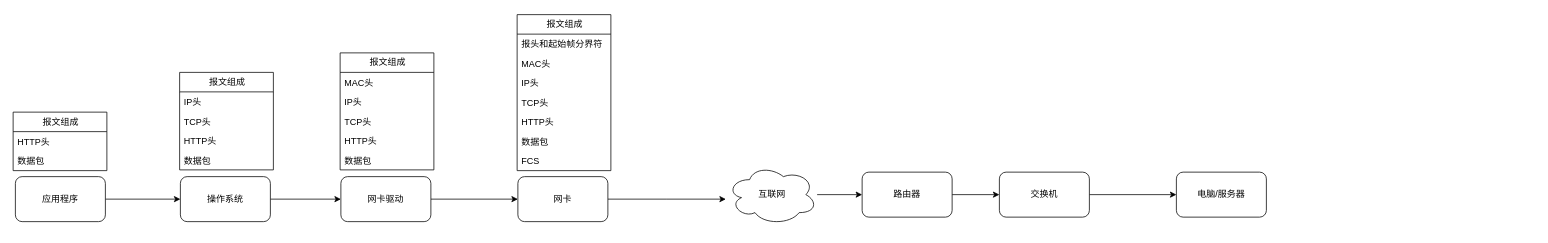
Before: 数据包传输过程.drawio in SmileLnight/draw.io, a draw.io diagram. Source tidied: cells renumbered, new cells numbered last; positions are measured from the earlier drawing's top-left corner, leaving out a move shared by most shapes. Both pictures are drawn from the tidied source at 75%, with x=0, y=0 at pixel (13, 14).
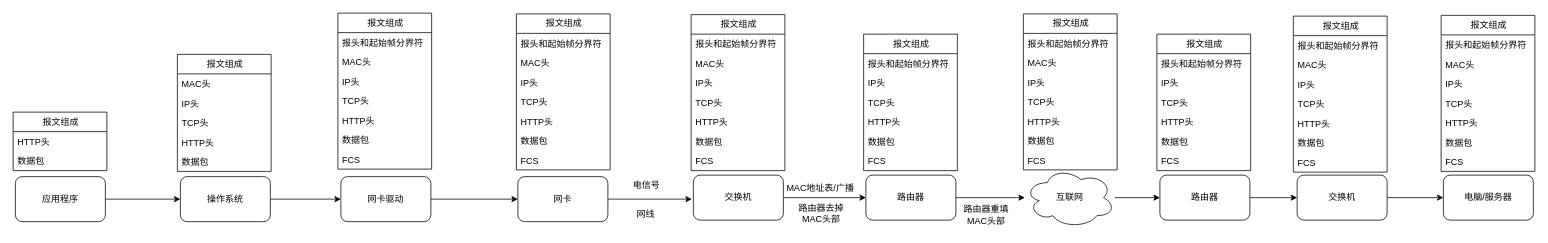
After the change.

Commit message:
更新数据包传输过程.drawio

Unchanged cells that the change refers to:
```xml
<mxCell id="16" value="网卡" style="rounded=1;whiteSpace=wrap;html=1;" parent="1" vertex="1">
  <mxGeometry x="673" y="216" width="120" height="60" as="geometry" />
</mxCell>
```

The edit, as a diff of the source:
```diff
@@
     <mxCell id="9" value="互联网" style="ellipse;shape=cloud;whiteSpace=wrap;html=1;" parent="1" vertex="1">
-      <mxGeometry x="952" y="200" width="120" height="80" as="geometry" />
+      <mxGeometry x="1349" y="204" width="120" height="80" as="geometry" />
     </mxCell>
@@
     <mxCell id="11" value="路由器" style="rounded=1;whiteSpace=wrap;html=1;" parent="1" vertex="1">
-      <mxGeometry x="1132" y="210" width="120" height="60" as="geometry" />
+      <mxGeometry x="1529" y="214" width="120" height="60" as="geometry" />
     </mxCell>
@@
     <mxCell id="13" value="交换机" style="rounded=1;whiteSpace=wrap;html=1;" parent="1" vertex="1">
-      <mxGeometry x="1315" y="210" width="120" height="60" as="geometry" />
+      <mxGeometry x="1712" y="214" width="120" height="60" as="geometry" />
     </mxCell>
     <mxCell id="14" value="电脑/服务器" style="rounded=1;whiteSpace=wrap;html=1;" parent="1" vertex="1">
-      <mxGeometry x="1551" y="210" width="120" height="60" as="geometry" />
+      <mxGeometry x="1907" y="214" width="120" height="60" as="geometry" />
     </mxCell>
     <mxCell id="15" style="edgeStyle=orthogonalEdgeStyle;rounded=0;jettySize=auto;html=1;exitX=1;exitY=0.5;exitDx=0;exitDy=0;fontFamily=Helvetica;fontSize=12;fontColor=default;fontStyle=0;" parent="1" edge="1" source="16">
       <mxGeometry relative="1" as="geometry">
-        <mxPoint x="950.3" y="246" as="targetPoint" />
+        <mxPoint x="905" y="246" as="targetPoint" />
       </mxGeometry>
     </mxCell>
@@
-    <mxCell id="20" value="报文组成" style="swimlane;fontStyle=0;horizontal=1;startSize=26;fillColor=none;html=1;align=center;flipH=1;flipV=0;direction=east;rotation=0;" parent="1" vertex="1">
-      <mxGeometry x="222" y="77" width="125" height="130" as="geometry" />
-    </mxCell>
-    <mxCell id="21" value="IP头" style="text;strokeColor=none;fillColor=none;align=left;verticalAlign=top;spacingLeft=4;spacingRight=4;overflow=hidden;whiteSpace=wrap;html=1;rotation=0;" parent="20" vertex="1">
-      <mxGeometry y="26" width="125" height="26" as="geometry" />
-    </mxCell>
-    <mxCell id="22" value="TCP头" style="text;strokeColor=none;fillColor=none;align=left;verticalAlign=top;spacingLeft=4;spacingRight=4;overflow=hidden;whiteSpace=wrap;html=1;rotation=0;" parent="20" vertex="1">
-      <mxGeometry y="52" width="125" height="26" as="geometry" />
-    </mxCell>
-    <mxCell id="23" value="HTTP头" style="text;strokeColor=none;fillColor=none;align=left;verticalAlign=top;spacingLeft=4;spacingRight=4;overflow=hidden;whiteSpace=wrap;html=1;rotation=0;" parent="20" vertex="1">
-      <mxGeometry y="78" width="125" height="26" as="geometry" />
-    </mxCell>
-    <mxCell id="24" value="数据包" style="text;strokeColor=none;fillColor=none;align=left;verticalAlign=top;spacingLeft=4;spacingRight=4;overflow=hidden;whiteSpace=wrap;html=1;rotation=0;" parent="20" vertex="1">
-      <mxGeometry y="104" width="125" height="26" as="geometry" />
-    </mxCell>
     <mxCell id="25" value="报文组成" style="swimlane;fontStyle=0;horizontal=1;startSize=26;fillColor=none;html=1;align=center;flipH=1;flipV=0;direction=east;rotation=0;" parent="1" vertex="1">
-      <mxGeometry x="436" y="51" width="125" height="156" as="geometry" />
+      <mxGeometry x="219" y="53" width="125" height="156" as="geometry" />
     </mxCell>
@@
     <mxCell id="31" value="报文组成" style="swimlane;fontStyle=0;horizontal=1;startSize=26;fillColor=none;html=1;align=center;flipH=1;flipV=0;direction=east;rotation=0;" parent="1" vertex="1">
-      <mxGeometry x="672" width="125" height="208" as="geometry" />
+      <mxGeometry x="433" y="-2" width="125" height="208" as="geometry" />
     </mxCell>
@@
+    <mxCell id="39" style="edgeStyle=orthogonalEdgeStyle;rounded=0;jettySize=auto;html=1;exitX=1;exitY=0.5;exitDx=0;exitDy=0;" parent="1" edge="1" source="40" target="9">
+      <mxGeometry relative="1" as="geometry" />
+    </mxCell>
+    <mxCell id="40" value="路由器" style="rounded=1;whiteSpace=wrap;html=1;" parent="1" vertex="1">
+      <mxGeometry x="1137" y="214" width="120" height="60" as="geometry" />
+    </mxCell>
+    <mxCell id="41" style="edgeStyle=orthogonalEdgeStyle;rounded=0;jettySize=auto;html=1;entryX=0;entryY=0.5;entryDx=0;entryDy=0;" parent="1" edge="1" source="42" target="40">
+      <mxGeometry relative="1" as="geometry" />
+    </mxCell>
+    <mxCell id="42" value="交换机" style="rounded=1;whiteSpace=wrap;html=1;" parent="1" vertex="1">
+      <mxGeometry x="907" y="214" width="120" height="60" as="geometry" />
+    </mxCell>
+    <mxCell id="43" value="电信号" style="text;html=1;align=center;verticalAlign=middle;strokeColor=none;fillColor=none;" parent="1" vertex="1">
+      <mxGeometry x="817" y="214" width="54" height="26" as="geometry" />
+    </mxCell>
+    <mxCell id="44" value="网线" style="text;html=1;align=center;verticalAlign=middle;strokeColor=none;fillColor=none;" parent="1" vertex="1">
+      <mxGeometry x="822" y="253" width="42" height="26" as="geometry" />
+    </mxCell>
+    <mxCell id="45" value="报文组成" style="swimlane;fontStyle=0;horizontal=1;startSize=26;fillColor=none;html=1;align=center;flipH=1;flipV=0;direction=east;rotation=0;" parent="1" vertex="1">
+      <mxGeometry x="671" y="-1" width="125" height="208" as="geometry" />
+    </mxCell>
+    <mxCell id="46" value="报头和起始帧分界符" style="text;strokeColor=none;fillColor=none;align=left;verticalAlign=top;spacingLeft=4;spacingRight=4;overflow=hidden;whiteSpace=wrap;html=1;rotation=0;" parent="45" vertex="1">
+      <mxGeometry y="26" width="125" height="26" as="geometry" />
+    </mxCell>
+    <mxCell id="47" value="MAC头" style="text;strokeColor=none;fillColor=none;align=left;verticalAlign=top;spacingLeft=4;spacingRight=4;overflow=hidden;whiteSpace=wrap;html=1;rotation=0;" parent="45" vertex="1">
+      <mxGeometry y="52" width="125" height="26" as="geometry" />
+    </mxCell>
+    <mxCell id="48" value="IP头" style="text;strokeColor=none;fillColor=none;align=left;verticalAlign=top;spacingLeft=4;spacingRight=4;overflow=hidden;whiteSpace=wrap;html=1;rotation=0;" parent="45" vertex="1">
+      <mxGeometry y="78" width="125" height="26" as="geometry" />
+    </mxCell>
+    <mxCell id="49" value="TCP头" style="text;strokeColor=none;fillColor=none;align=left;verticalAlign=top;spacingLeft=4;spacingRight=4;overflow=hidden;whiteSpace=wrap;html=1;rotation=0;" parent="45" vertex="1">
+      <mxGeometry y="104" width="125" height="26" as="geometry" />
+    </mxCell>
+    <mxCell id="50" value="HTTP头" style="text;strokeColor=none;fillColor=none;align=left;verticalAlign=top;spacingLeft=4;spacingRight=4;overflow=hidden;whiteSpace=wrap;html=1;rotation=0;" parent="45" vertex="1">
+      <mxGeometry y="130" width="125" height="26" as="geometry" />
+    </mxCell>
+    <mxCell id="51" value="数据包" style="text;strokeColor=none;fillColor=none;align=left;verticalAlign=top;spacingLeft=4;spacingRight=4;overflow=hidden;whiteSpace=wrap;html=1;rotation=0;" parent="45" vertex="1">
+      <mxGeometry y="156" width="125" height="26" as="geometry" />
+    </mxCell>
+    <mxCell id="52" value="FCS" style="text;strokeColor=none;fillColor=none;align=left;verticalAlign=top;spacingLeft=4;spacingRight=4;overflow=hidden;whiteSpace=wrap;html=1;rotation=0;" parent="45" vertex="1">
+      <mxGeometry y="182" width="125" height="26" as="geometry" />
+    </mxCell>
+    <mxCell id="53" value="MAC地址表/广播" style="text;html=1;align=center;verticalAlign=middle;strokeColor=none;fillColor=none;" parent="1" vertex="1">
+      <mxGeometry x="1022" y="219" width="108" height="26" as="geometry" />
+    </mxCell>
+    <mxCell id="54" value="路由器去掉&lt;div&gt;MAC头部&lt;/div&gt;" style="text;html=1;align=center;verticalAlign=middle;strokeColor=none;fillColor=none;" parent="1" vertex="1">
+      <mxGeometry x="1038" y="244" width="78" height="41" as="geometry" />
+    </mxCell>
+    <mxCell id="55" value="报文组成" style="swimlane;fontStyle=0;horizontal=1;startSize=26;fillColor=none;html=1;align=center;flipH=1;flipV=0;direction=east;rotation=0;" parent="1" vertex="1">
+      <mxGeometry x="904" width="125" height="208" as="geometry" />
+    </mxCell>
+    <mxCell id="56" value="报头和起始帧分界符" style="text;strokeColor=none;fillColor=none;align=left;verticalAlign=top;spacingLeft=4;spacingRight=4;overflow=hidden;whiteSpace=wrap;html=1;rotation=0;" parent="55" vertex="1">
+      <mxGeometry y="26" width="125" height="26" as="geometry" />
+    </mxCell>
+    <mxCell id="57" value="MAC头" style="text;strokeColor=none;fillColor=none;align=left;verticalAlign=top;spacingLeft=4;spacingRight=4;overflow=hidden;whiteSpace=wrap;html=1;rotation=0;" parent="55" vertex="1">
+      <mxGeometry y="52" width="125" height="26" as="geometry" />
+    </mxCell>
+    <mxCell id="58" value="IP头" style="text;strokeColor=none;fillColor=none;align=left;verticalAlign=top;spacingLeft=4;spacingRight=4;overflow=hidden;whiteSpace=wrap;html=1;rotation=0;" parent="55" vertex="1">
+      <mxGeometry y="78" width="125" height="26" as="geometry" />
+    </mxCell>
+    <mxCell id="59" value="TCP头" style="text;strokeColor=none;fillColor=none;align=left;verticalAlign=top;spacingLeft=4;spacingRight=4;overflow=hidden;whiteSpace=wrap;html=1;rotation=0;" parent="55" vertex="1">
+      <mxGeometry y="104" width="125" height="26" as="geometry" />
+    </mxCell>
+    <mxCell id="60" value="HTTP头" style="text;strokeColor=none;fillColor=none;align=left;verticalAlign=top;spacingLeft=4;spacingRight=4;overflow=hidden;whiteSpace=wrap;html=1;rotation=0;" parent="55" vertex="1">
+      <mxGeometry y="130" width="125" height="26" as="geometry" />
+    </mxCell>
+    <mxCell id="61" value="数据包" style="text;strokeColor=none;fillColor=none;align=left;verticalAlign=top;spacingLeft=4;spacingRight=4;overflow=hidden;whiteSpace=wrap;html=1;rotation=0;" parent="55" vertex="1">
+      <mxGeometry y="156" width="125" height="26" as="geometry" />
+    </mxCell>
+    <mxCell id="62" value="FCS" style="text;strokeColor=none;fillColor=none;align=left;verticalAlign=top;spacingLeft=4;spacingRight=4;overflow=hidden;whiteSpace=wrap;html=1;rotation=0;" parent="55" vertex="1">
+      <mxGeometry y="182" width="125" height="26" as="geometry" />
+    </mxCell>
+    <mxCell id="63" value="路由器重填&lt;div&gt;MAC头部&lt;/div&gt;" style="text;html=1;align=center;verticalAlign=middle;strokeColor=none;fillColor=none;" parent="1" vertex="1">
+      <mxGeometry x="1258" y="246" width="78" height="41" as="geometry" />
+    </mxCell>
+    <mxCell id="64" value="报文组成" style="swimlane;fontStyle=0;horizontal=1;startSize=26;fillColor=none;html=1;align=center;flipH=1;flipV=0;direction=east;rotation=0;" parent="1" vertex="1">
+      <mxGeometry x="1134" y="26" width="125" height="182" as="geometry" />
+    </mxCell>
+    <mxCell id="65" value="报头和起始帧分界符" style="text;strokeColor=none;fillColor=none;align=left;verticalAlign=top;spacingLeft=4;spacingRight=4;overflow=hidden;whiteSpace=wrap;html=1;rotation=0;" parent="64" vertex="1">
+      <mxGeometry y="26" width="125" height="26" as="geometry" />
+    </mxCell>
+    <mxCell id="66" value="IP头" style="text;strokeColor=none;fillColor=none;align=left;verticalAlign=top;spacingLeft=4;spacingRight=4;overflow=hidden;whiteSpace=wrap;html=1;rotation=0;" parent="64" vertex="1">
+      <mxGeometry y="52" width="125" height="26" as="geometry" />
+    </mxCell>
+    <mxCell id="67" value="TCP头" style="text;strokeColor=none;fillColor=none;align=left;verticalAlign=top;spacingLeft=4;spacingRight=4;overflow=hidden;whiteSpace=wrap;html=1;rotation=0;" parent="64" vertex="1">
+      <mxGeometry y="78" width="125" height="26" as="geometry" />
+    </mxCell>
+    <mxCell id="68" value="HTTP头" style="text;strokeColor=none;fillColor=none;align=left;verticalAlign=top;spacingLeft=4;spacingRight=4;overflow=hidden;whiteSpace=wrap;html=1;rotation=0;" parent="64" vertex="1">
+      <mxGeometry y="104" width="125" height="26" as="geometry" />
+    </mxCell>
+    <mxCell id="69" value="数据包" style="text;strokeColor=none;fillColor=none;align=left;verticalAlign=top;spacingLeft=4;spacingRight=4;overflow=hidden;whiteSpace=wrap;html=1;rotation=0;" parent="64" vertex="1">
+      <mxGeometry y="130" width="125" height="26" as="geometry" />
+    </mxCell>
+    <mxCell id="70" value="FCS" style="text;strokeColor=none;fillColor=none;align=left;verticalAlign=top;spacingLeft=4;spacingRight=4;overflow=hidden;whiteSpace=wrap;html=1;rotation=0;" parent="64" vertex="1">
+      <mxGeometry y="156" width="125" height="26" as="geometry" />
+    </mxCell>
+    <mxCell id="71" value="报文组成" style="swimlane;fontStyle=0;horizontal=1;startSize=26;fillColor=none;html=1;align=center;flipH=1;flipV=0;direction=east;rotation=0;" parent="1" vertex="1">
+      <mxGeometry x="1347" y="-1" width="125" height="208" as="geometry" />
+    </mxCell>
+    <mxCell id="72" value="报头和起始帧分界符" style="text;strokeColor=none;fillColor=none;align=left;verticalAlign=top;spacingLeft=4;spacingRight=4;overflow=hidden;whiteSpace=wrap;html=1;rotation=0;" parent="71" vertex="1">
+      <mxGeometry y="26" width="125" height="26" as="geometry" />
+    </mxCell>
+    <mxCell id="73" value="MAC头" style="text;strokeColor=none;fillColor=none;align=left;verticalAlign=top;spacingLeft=4;spacingRight=4;overflow=hidden;whiteSpace=wrap;html=1;rotation=0;" parent="71" vertex="1">
+      <mxGeometry y="52" width="125" height="26" as="geometry" />
+    </mxCell>
+    <mxCell id="74" value="IP头" style="text;strokeColor=none;fillColor=none;align=left;verticalAlign=top;spacingLeft=4;spacingRight=4;overflow=hidden;whiteSpace=wrap;html=1;rotation=0;" parent="71" vertex="1">
+      <mxGeometry y="78" width="125" height="26" as="geometry" />
+    </mxCell>
+    <mxCell id="75" value="TCP头" style="text;strokeColor=none;fillColor=none;align=left;verticalAlign=top;spacingLeft=4;spacingRight=4;overflow=hidden;whiteSpace=wrap;html=1;rotation=0;" parent="71" vertex="1">
+      <mxGeometry y="104" width="125" height="26" as="geometry" />
+    </mxCell>
+    <mxCell id="76" value="HTTP头" style="text;strokeColor=none;fillColor=none;align=left;verticalAlign=top;spacingLeft=4;spacingRight=4;overflow=hidden;whiteSpace=wrap;html=1;rotation=0;" parent="71" vertex="1">
+      <mxGeometry y="130" width="125" height="26" as="geometry" />
+    </mxCell>
+    <mxCell id="77" value="数据包" style="text;strokeColor=none;fillColor=none;align=left;verticalAlign=top;spacingLeft=4;spacingRight=4;overflow=hidden;whiteSpace=wrap;html=1;rotation=0;" parent="71" vertex="1">
+      <mxGeometry y="156" width="125" height="26" as="geometry" />
+    </mxCell>
+    <mxCell id="78" value="FCS" style="text;strokeColor=none;fillColor=none;align=left;verticalAlign=top;spacingLeft=4;spacingRight=4;overflow=hidden;whiteSpace=wrap;html=1;rotation=0;" parent="71" vertex="1">
+      <mxGeometry y="182" width="125" height="26" as="geometry" />
+    </mxCell>
+    <mxCell id="79" value="报文组成" style="swimlane;fontStyle=0;horizontal=1;startSize=26;fillColor=none;html=1;align=center;flipH=1;flipV=0;direction=east;rotation=0;" parent="1" vertex="1">
+      <mxGeometry x="1525" y="26" width="125" height="182" as="geometry" />
+    </mxCell>
+    <mxCell id="80" value="报头和起始帧分界符" style="text;strokeColor=none;fillColor=none;align=left;verticalAlign=top;spacingLeft=4;spacingRight=4;overflow=hidden;whiteSpace=wrap;html=1;rotation=0;" parent="79" vertex="1">
+      <mxGeometry y="26" width="125" height="26" as="geometry" />
+    </mxCell>
+    <mxCell id="81" value="IP头" style="text;strokeColor=none;fillColor=none;align=left;verticalAlign=top;spacingLeft=4;spacingRight=4;overflow=hidden;whiteSpace=wrap;html=1;rotation=0;" parent="79" vertex="1">
+      <mxGeometry y="52" width="125" height="26" as="geometry" />
+    </mxCell>
+    <mxCell id="82" value="TCP头" style="text;strokeColor=none;fillColor=none;align=left;verticalAlign=top;spacingLeft=4;spacingRight=4;overflow=hidden;whiteSpace=wrap;html=1;rotation=0;" parent="79" vertex="1">
+      <mxGeometry y="78" width="125" height="26" as="geometry" />
+    </mxCell>
+    <mxCell id="83" value="HTTP头" style="text;strokeColor=none;fillColor=none;align=left;verticalAlign=top;spacingLeft=4;spacingRight=4;overflow=hidden;whiteSpace=wrap;html=1;rotation=0;" parent="79" vertex="1">
+      <mxGeometry y="104" width="125" height="26" as="geometry" />
+    </mxCell>
+    <mxCell id="84" value="数据包" style="text;strokeColor=none;fillColor=none;align=left;verticalAlign=top;spacingLeft=4;spacingRight=4;overflow=hidden;whiteSpace=wrap;html=1;rotation=0;" parent="79" vertex="1">
+      <mxGeometry y="130" width="125" height="26" as="geometry" />
+    </mxCell>
+    <mxCell id="85" value="FCS" style="text;strokeColor=none;fillColor=none;align=left;verticalAlign=top;spacingLeft=4;spacingRight=4;overflow=hidden;whiteSpace=wrap;html=1;rotation=0;" parent="79" vertex="1">
+      <mxGeometry y="156" width="125" height="26" as="geometry" />
+    </mxCell>
+    <mxCell id="86" value="报文组成" style="swimlane;fontStyle=0;horizontal=1;startSize=26;fillColor=none;html=1;align=center;flipH=1;flipV=0;direction=east;rotation=0;" parent="1" vertex="1">
+      <mxGeometry x="1707" y="2" width="125" height="208" as="geometry" />
+    </mxCell>
+    <mxCell id="87" value="报头和起始帧分界符" style="text;strokeColor=none;fillColor=none;align=left;verticalAlign=top;spacingLeft=4;spacingRight=4;overflow=hidden;whiteSpace=wrap;html=1;rotation=0;" parent="86" vertex="1">
+      <mxGeometry y="26" width="125" height="26" as="geometry" />
+    </mxCell>
+    <mxCell id="88" value="MAC头" style="text;strokeColor=none;fillColor=none;align=left;verticalAlign=top;spacingLeft=4;spacingRight=4;overflow=hidden;whiteSpace=wrap;html=1;rotation=0;" parent="86" vertex="1">
+      <mxGeometry y="52" width="125" height="26" as="geometry" />
+    </mxCell>
+    <mxCell id="89" value="IP头" style="text;strokeColor=none;fillColor=none;align=left;verticalAlign=top;spacingLeft=4;spacingRight=4;overflow=hidden;whiteSpace=wrap;html=1;rotation=0;" parent="86" vertex="1">
+      <mxGeometry y="78" width="125" height="26" as="geometry" />
+    </mxCell>
+    <mxCell id="90" value="TCP头" style="text;strokeColor=none;fillColor=none;align=left;verticalAlign=top;spacingLeft=4;spacingRight=4;overflow=hidden;whiteSpace=wrap;html=1;rotation=0;" parent="86" vertex="1">
+      <mxGeometry y="104" width="125" height="26" as="geometry" />
+    </mxCell>
+    <mxCell id="91" value="HTTP头" style="text;strokeColor=none;fillColor=none;align=left;verticalAlign=top;spacingLeft=4;spacingRight=4;overflow=hidden;whiteSpace=wrap;html=1;rotation=0;" parent="86" vertex="1">
+      <mxGeometry y="130" width="125" height="26" as="geometry" />
+    </mxCell>
+    <mxCell id="92" value="数据包" style="text;strokeColor=none;fillColor=none;align=left;verticalAlign=top;spacingLeft=4;spacingRight=4;overflow=hidden;whiteSpace=wrap;html=1;rotation=0;" parent="86" vertex="1">
+      <mxGeometry y="156" width="125" height="26" as="geometry" />
+    </mxCell>
+    <mxCell id="93" value="FCS" style="text;strokeColor=none;fillColor=none;align=left;verticalAlign=top;spacingLeft=4;spacingRight=4;overflow=hidden;whiteSpace=wrap;html=1;rotation=0;" parent="86" vertex="1">
+      <mxGeometry y="182" width="125" height="26" as="geometry" />
+    </mxCell>
+    <mxCell id="94" value="报文组成" style="swimlane;fontStyle=0;horizontal=1;startSize=26;fillColor=none;html=1;align=center;flipH=1;flipV=0;direction=east;rotation=0;" parent="1" vertex="1">
+      <mxGeometry x="1904" y="1" width="125" height="208" as="geometry" />
+    </mxCell>
+    <mxCell id="95" value="报头和起始帧分界符" style="text;strokeColor=none;fillColor=none;align=left;verticalAlign=top;spacingLeft=4;spacingRight=4;overflow=hidden;whiteSpace=wrap;html=1;rotation=0;" parent="94" vertex="1">
+      <mxGeometry y="26" width="125" height="26" as="geometry" />
+    </mxCell>
+    <mxCell id="96" value="MAC头" style="text;strokeColor=none;fillColor=none;align=left;verticalAlign=top;spacingLeft=4;spacingRight=4;overflow=hidden;whiteSpace=wrap;html=1;rotation=0;" parent="94" vertex="1">
+      <mxGeometry y="52" width="125" height="26" as="geometry" />
+    </mxCell>
+    <mxCell id="97" value="IP头" style="text;strokeColor=none;fillColor=none;align=left;verticalAlign=top;spacingLeft=4;spacingRight=4;overflow=hidden;whiteSpace=wrap;html=1;rotation=0;" parent="94" vertex="1">
+      <mxGeometry y="78" width="125" height="26" as="geometry" />
+    </mxCell>
+    <mxCell id="98" value="TCP头" style="text;strokeColor=none;fillColor=none;align=left;verticalAlign=top;spacingLeft=4;spacingRight=4;overflow=hidden;whiteSpace=wrap;html=1;rotation=0;" parent="94" vertex="1">
+      <mxGeometry y="104" width="125" height="26" as="geometry" />
+    </mxCell>
+    <mxCell id="99" value="HTTP头" style="text;strokeColor=none;fillColor=none;align=left;verticalAlign=top;spacingLeft=4;spacingRight=4;overflow=hidden;whiteSpace=wrap;html=1;rotation=0;" parent="94" vertex="1">
+      <mxGeometry y="130" width="125" height="26" as="geometry" />
+    </mxCell>
+    <mxCell id="100" value="数据包" style="text;strokeColor=none;fillColor=none;align=left;verticalAlign=top;spacingLeft=4;spacingRight=4;overflow=hidden;whiteSpace=wrap;html=1;rotation=0;" parent="94" vertex="1">
+      <mxGeometry y="156" width="125" height="26" as="geometry" />
+    </mxCell>
+    <mxCell id="101" value="FCS" style="text;strokeColor=none;fillColor=none;align=left;verticalAlign=top;spacingLeft=4;spacingRight=4;overflow=hidden;whiteSpace=wrap;html=1;rotation=0;" parent="94" vertex="1">
+      <mxGeometry y="182" width="125" height="26" as="geometry" />
+    </mxCell>
```
